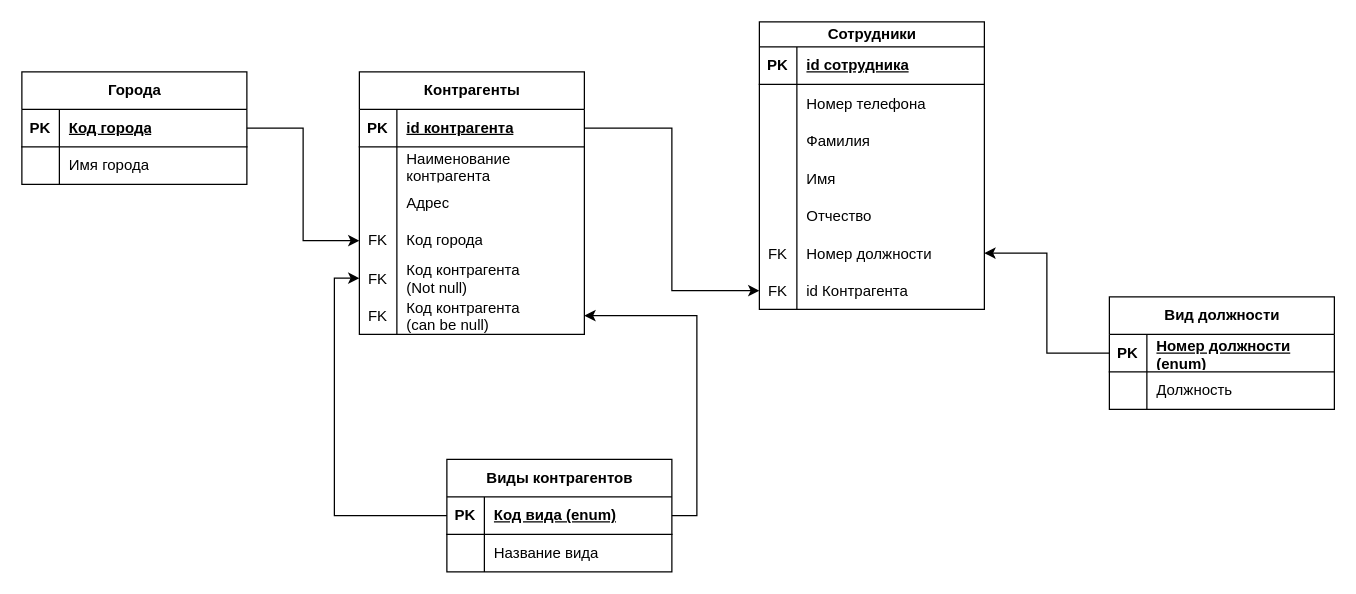
Above: Диаграмма без названия.drawio in DEX2207/Practicum2 (draw.io), before the change. Source tidied: cells renumbered, new cells numbered last; positions are measured from the earlier drawing's top-left corner, leaving out a move shared by most shapes. Both pictures are drawn from the tidied source at 125%, with x=0, y=0 at pixel (21, 21).
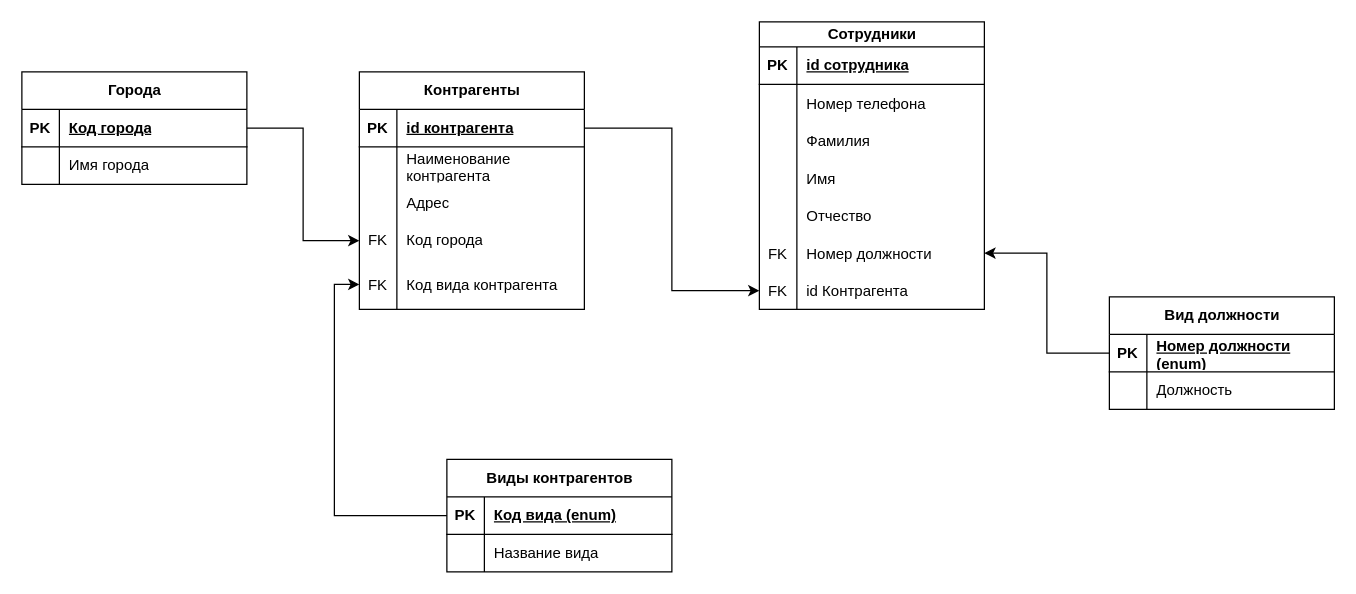
The same diagram, later.

Unchanged cells that the change refers to:
```xml
<mxCell id="58" style="shape=tableRow;horizontal=0;startSize=0;swimlaneHead=0;swimlaneBody=0;fillColor=none;points=[[0,0.5],[1,0.5]];portConstraint=eastwest;top=0;left=0;right=0;bottom=1;" parent="57" vertex="1">
  <mxGeometry y="30" width="180" height="30" as="geometry" />
</mxCell>
```

Change to the diagram source:
```diff
@@
     <mxCell id="38" value="Контрагенты" style="shape=table;startSize=30;childLayout=tableLayout;rowLines=0;fontStyle=1;align=center;html=1;" parent="1" vertex="1">
-      <mxGeometry x="270" y="40" width="180" height="210" as="geometry" />
+      <mxGeometry x="270" y="40" width="180" height="190" as="geometry" />
     </mxCell>
@@
     <mxCell id="51" style="shape=tableRow;horizontal=0;startSize=0;swimlaneHead=0;swimlaneBody=0;fillColor=none;points=[[0,0.5],[1,0.5]];portConstraint=eastwest;top=0;left=0;right=0;bottom=0;" parent="38" vertex="1">
-      <mxGeometry y="150" width="180" height="30" as="geometry" />
+      <mxGeometry y="150" width="180" height="40" as="geometry" />
     </mxCell>
     <mxCell id="52" value="FK" style="shape=partialRectangle;fillColor=none;top=0;left=0;bottom=0;right=0;overflow=hidden;" parent="51" vertex="1">
-      <mxGeometry width="30" height="30" as="geometry" />
+      <mxGeometry width="30" height="40" as="geometry" />
     </mxCell>
-    <mxCell id="53" value="Код контрагента&#10;(Not null)" style="shape=partialRectangle;fillColor=none;top=0;left=0;bottom=0;right=0;align=left;spacingLeft=6;overflow=hidden;" parent="51" vertex="1">
-      <mxGeometry x="30" width="150" height="30" as="geometry" />
+    <mxCell id="53" value="Код вида контрагента" style="shape=partialRectangle;fillColor=none;top=0;left=0;bottom=0;right=0;align=left;spacingLeft=6;overflow=hidden;" parent="51" vertex="1">
+      <mxGeometry x="30" width="150" height="40" as="geometry" />
     </mxCell>
-    <mxCell id="54" style="shape=tableRow;horizontal=0;startSize=0;swimlaneHead=0;swimlaneBody=0;fillColor=none;points=[[0,0.5],[1,0.5]];portConstraint=eastwest;top=0;left=0;right=0;bottom=0;" parent="38" vertex="1">
-      <mxGeometry y="180" width="180" height="30" as="geometry" />
-    </mxCell>
-    <mxCell id="55" value="FK" style="shape=partialRectangle;fillColor=none;top=0;left=0;bottom=0;right=0;overflow=hidden;" parent="54" vertex="1">
-      <mxGeometry width="30" height="30" as="geometry" />
-    </mxCell>
-    <mxCell id="56" value="Код контрагента&#10;(can be null)" style="shape=partialRectangle;fillColor=none;top=0;left=0;bottom=0;right=0;align=left;spacingLeft=6;overflow=hidden;" parent="54" vertex="1">
-      <mxGeometry x="30" width="150" height="30" as="geometry" />
-    </mxCell>
@@
-    <mxCell id="66" style="edgeStyle=orthogonalEdgeStyle;rounded=0;jettySize=auto;html=1;exitX=1;exitY=0.5;exitDx=0;exitDy=0;entryX=1;entryY=0.5;entryDx=0;entryDy=0;" parent="1" edge="1" source="58" target="54">
-      <mxGeometry relative="1" as="geometry" />
-    </mxCell>
```
